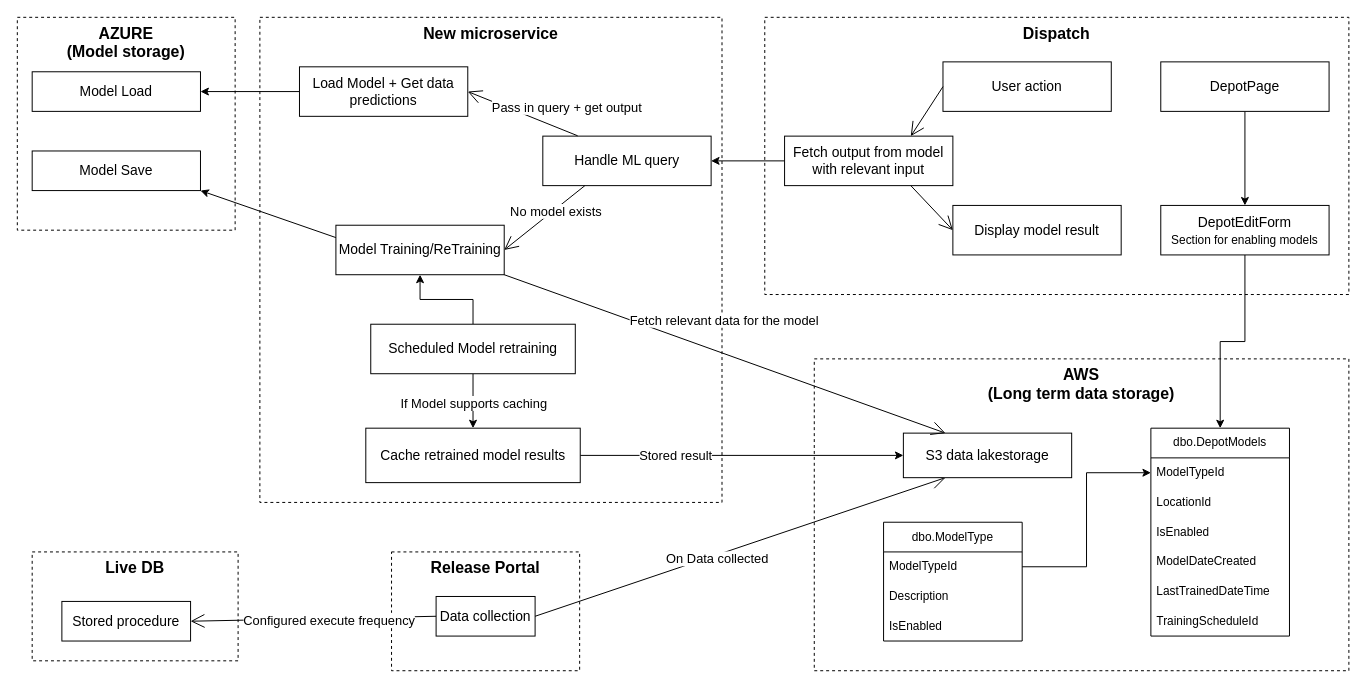
This is ML model workflow.drawio from gbates-e2open/drawioFiles, a draw.io file, before an edit. Source tidied: cells renumbered, new cells numbered last; positions are measured from the earlier drawing's top-left corner, leaving out a move shared by most shapes. Both pictures are drawn from the tidied source at 99%, with x=0, y=0 at pixel (17, 17).
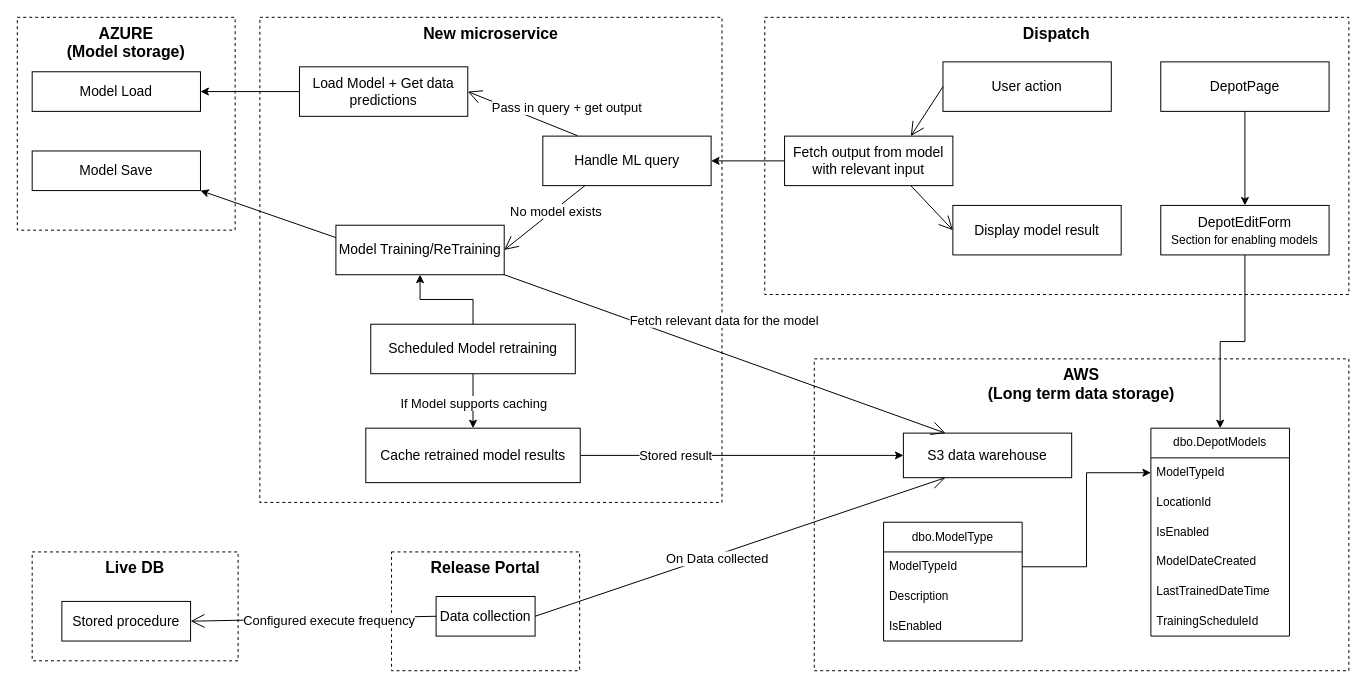
The same diagram, later.

Change to the diagram source:
```diff
@@
-    <mxCell id="13" value="S3 data lakestorage" style="whiteSpace=wrap;html=1;align=center;fontSize=14;" parent="1" vertex="1">
+    <mxCell id="13" value="S3 data warehouse" style="whiteSpace=wrap;html=1;align=center;fontSize=14;" parent="1" vertex="1">
       <mxGeometry x="895" y="420" width="170" height="45" as="geometry" />
     </mxCell>
```
